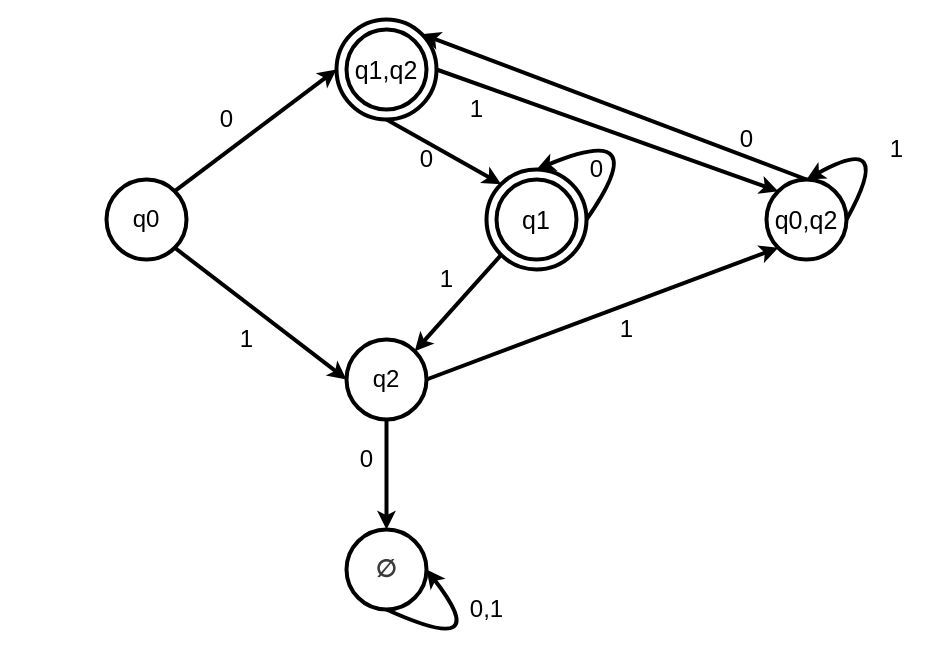
The draw.io diagram page "Page-1" (2 of 2) of Teori Bahasa Otomata/tugas/2.drawio in syukrillah0108/Sem_3, before the edit. Source tidied: cells renumbered, new cells numbered last; positions are measured from the earlier drawing's top-left corner, leaving out a move shared by most shapes. Both pictures are drawn from the tidied source at 100%, with x=0, y=0 at pixel (106, 19).
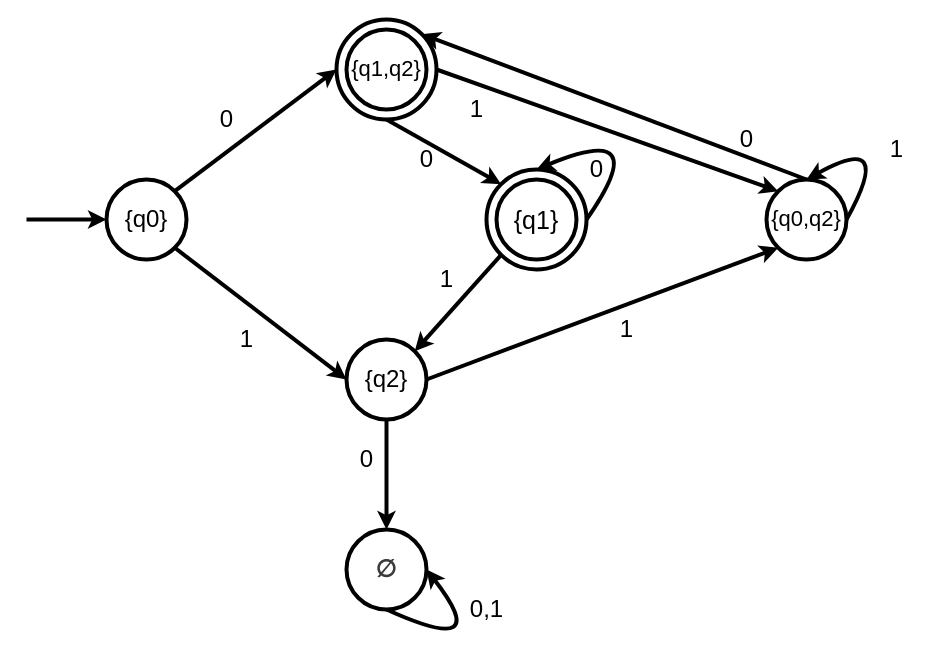
Above is the later version.

The edit, as a diff of the source:
```diff
@@
-    <mxCell id="2" value="&lt;font style=&quot;font-size: 24px;&quot;&gt;q0&lt;/font&gt;" style="ellipse;whiteSpace=wrap;html=1;strokeWidth=4;" parent="1" vertex="1">
+    <mxCell id="2" value="&lt;font style=&quot;font-size: 24px;&quot;&gt;{q0}&lt;/font&gt;" style="ellipse;whiteSpace=wrap;html=1;strokeWidth=4;" parent="1" vertex="1">
       <mxGeometry y="160" width="80" height="80" as="geometry" />
     </mxCell>
@@
-    <mxCell id="4" value="&lt;font style=&quot;font-size: 24px;&quot;&gt;q2&lt;/font&gt;" style="ellipse;whiteSpace=wrap;html=1;strokeWidth=4;" parent="1" vertex="1">
+    <mxCell id="4" value="&lt;font style=&quot;font-size: 24px;&quot;&gt;{q2}&lt;/font&gt;" style="ellipse;whiteSpace=wrap;html=1;strokeWidth=4;" parent="1" vertex="1">
       <mxGeometry x="240" y="320" width="80" height="80" as="geometry" />
     </mxCell>
@@
-    <mxCell id="7" value="&lt;font style=&quot;font-size: 25px;&quot;&gt;q1,q2&lt;/font&gt;" style="ellipse;whiteSpace=wrap;html=1;strokeWidth=4;" parent="1" vertex="1">
+    <mxCell id="7" value="&lt;font style=&quot;font-size: 22px;&quot;&gt;{q1,q2}&lt;/font&gt;" style="ellipse;whiteSpace=wrap;html=1;strokeWidth=4;" parent="1" vertex="1">
       <mxGeometry x="240" y="10" width="80" height="80" as="geometry" />
     </mxCell>
@@
-    <mxCell id="9" value="&lt;font style=&quot;font-size: 25px;&quot;&gt;q1&lt;/font&gt;" style="ellipse;whiteSpace=wrap;html=1;strokeWidth=4;" parent="1" vertex="1">
+    <mxCell id="9" value="&lt;font style=&quot;font-size: 25px;&quot;&gt;{q1}&lt;/font&gt;" style="ellipse;whiteSpace=wrap;html=1;strokeWidth=4;" parent="1" vertex="1">
       <mxGeometry x="390" y="160" width="80" height="80" as="geometry" />
     </mxCell>
-    <mxCell id="10" value="&lt;font style=&quot;font-size: 25px;&quot;&gt;q0,q2&lt;/font&gt;" style="ellipse;whiteSpace=wrap;html=1;strokeWidth=4;" parent="1" vertex="1">
+    <mxCell id="10" value="&lt;font style=&quot;font-size: 22px;&quot;&gt;{q0,q2}&lt;/font&gt;" style="ellipse;whiteSpace=wrap;html=1;strokeWidth=4;" parent="1" vertex="1">
       <mxGeometry x="660" y="160" width="80" height="80" as="geometry" />
     </mxCell>
@@
+    <mxCell id="32" style="endArrow=classic;html=1;fontSize=39;entryX=0;entryY=0.5;entryDx=0;entryDy=0;endSize=6;strokeWidth=4;" parent="1" edge="1" target="2">
+      <mxGeometry relative="1" as="geometry">
+        <mxPoint x="-80" y="200" as="sourcePoint" />
+      </mxGeometry>
+    </mxCell>
```
